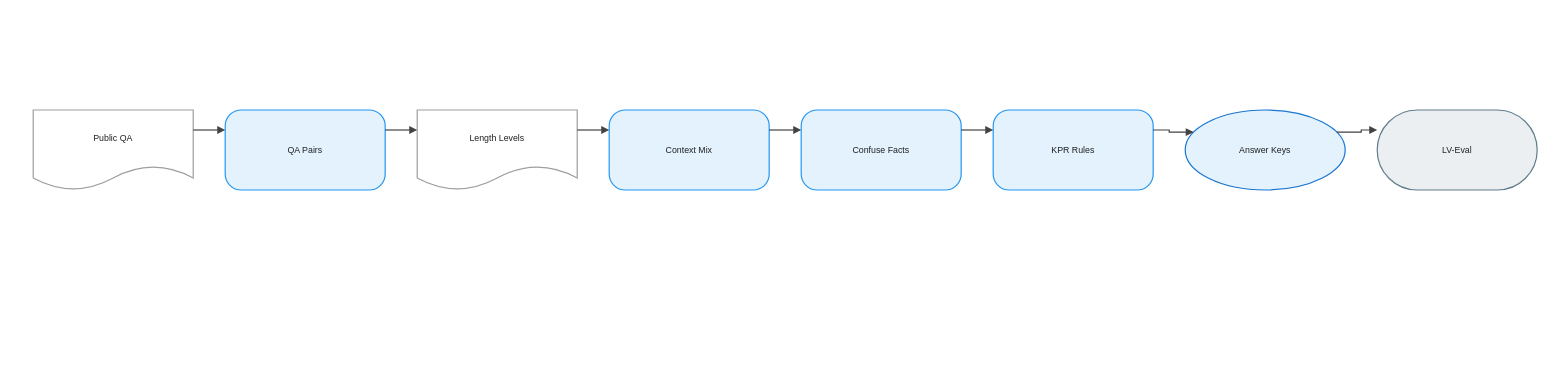
joe1chief/benchmark-hub keeps this draw.io diagram as client/public/drawio/L-V-Eval/L-V-Eval.en.drawio. Above is the earlier version. Source tidied: cells renumbered, new cells numbered last; positions are measured from the earlier drawing's top-left corner, leaving out a move shared by most shapes. Both pictures are drawn from the tidied source at 80%, with x=0, y=0 at pixel (33, 110).
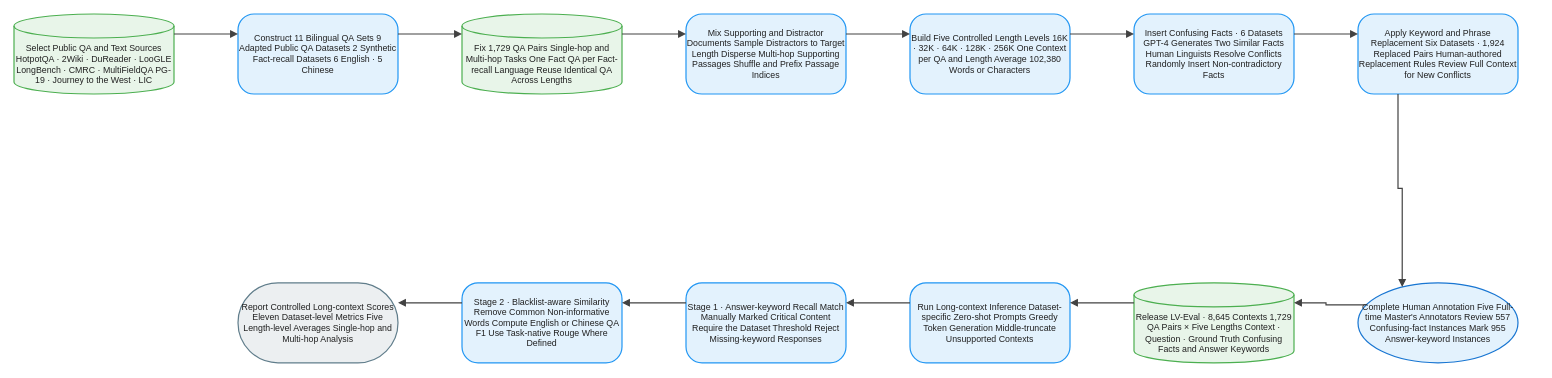
The same diagram, later.

Diff of the diagram source:
```diff
@@
-    <mxCell id="2" value="Public QA" style="shape=document;boundedLbl=1;html=1;whiteSpace=wrap;fillColor=#FFFFFF;strokeColor=#9E9E9E;strokeWidth=1.5;fontColor=#212121;fontSize=11;fontFamily=Arial, Helvetica, sans-serif;verticalAlign=middle;align=center;" parent="1" vertex="1">
-      <mxGeometry width="200" height="100" as="geometry" />
+    <mxCell id="2" value="Select Public QA and Text Sources HotpotQA · 2Wiki · DuReader · LooGLE LongBench · CMRC · MultiFieldQA PG-19 · Journey to the West · LIC" style="shape=cylinder3;boundedLbl=1;backgroundOutline=1;size=15;html=1;whiteSpace=wrap;fillColor=#E8F5E9;strokeColor=#4CAF50;strokeWidth=1.5;fontColor=#212121;fontSize=11;fontFamily=Arial, Helvetica, sans-serif;verticalAlign=middle;align=center;" parent="1" vertex="1">
+      <mxGeometry x="-24" y="-120" width="200" height="100" as="geometry" />
     </mxCell>
-    <mxCell id="3" value="QA Pairs" style="rounded=1;arcSize=20;html=1;whiteSpace=wrap;fillColor=#E3F2FD;strokeColor=#2196F3;strokeWidth=1.5;fontColor=#212121;fontSize=11;fontFamily=Arial, Helvetica, sans-serif;verticalAlign=middle;align=center;" parent="1" vertex="1">
-      <mxGeometry x="240" width="200" height="100" as="geometry" />
+    <mxCell id="3" value="Construct 11 Bilingual QA Sets 9 Adapted Public QA Datasets 2 Synthetic Fact-recall Datasets 6 English · 5 Chinese" style="rounded=1;arcSize=20;html=1;whiteSpace=wrap;fillColor=#E3F2FD;strokeColor=#2196F3;strokeWidth=1.5;fontColor=#212121;fontSize=11;fontFamily=Arial, Helvetica, sans-serif;verticalAlign=middle;align=center;" parent="1" vertex="1">
+      <mxGeometry x="256" y="-120" width="200" height="100" as="geometry" />
     </mxCell>
-    <mxCell id="4" value="Length Levels" style="shape=document;boundedLbl=1;html=1;whiteSpace=wrap;fillColor=#FFFFFF;strokeColor=#9E9E9E;strokeWidth=1.5;fontColor=#212121;fontSize=11;fontFamily=Arial, Helvetica, sans-serif;verticalAlign=middle;align=center;" parent="1" vertex="1">
-      <mxGeometry x="480" width="200" height="100" as="geometry" />
+    <mxCell id="4" value="Fix 1,729 QA Pairs Single-hop and Multi-hop Tasks One Fact QA per Fact-recall Language Reuse Identical QA Across Lengths" style="shape=cylinder3;boundedLbl=1;backgroundOutline=1;size=15;html=1;whiteSpace=wrap;fillColor=#E8F5E9;strokeColor=#4CAF50;strokeWidth=1.5;fontColor=#212121;fontSize=11;fontFamily=Arial, Helvetica, sans-serif;verticalAlign=middle;align=center;" parent="1" vertex="1">
+      <mxGeometry x="536" y="-120" width="200" height="100" as="geometry" />
     </mxCell>
-    <mxCell id="5" value="Context Mix" style="rounded=1;arcSize=20;html=1;whiteSpace=wrap;fillColor=#E3F2FD;strokeColor=#2196F3;strokeWidth=1.5;fontColor=#212121;fontSize=11;fontFamily=Arial, Helvetica, sans-serif;verticalAlign=middle;align=center;" parent="1" vertex="1">
-      <mxGeometry x="720" width="200" height="100" as="geometry" />
+    <mxCell id="5" value="Mix Supporting and Distractor Documents Sample Distractors to Target Length Disperse Multi-hop Supporting Passages Shuffle and Prefix Passage Indices" style="rounded=1;arcSize=20;html=1;whiteSpace=wrap;fillColor=#E3F2FD;strokeColor=#2196F3;strokeWidth=1.5;fontColor=#212121;fontSize=11;fontFamily=Arial, Helvetica, sans-serif;verticalAlign=middle;align=center;" parent="1" vertex="1">
+      <mxGeometry x="816" y="-120" width="200" height="100" as="geometry" />
     </mxCell>
-    <mxCell id="6" value="Confuse Facts" style="rounded=1;arcSize=20;html=1;whiteSpace=wrap;fillColor=#E3F2FD;strokeColor=#2196F3;strokeWidth=1.5;fontColor=#212121;fontSize=11;fontFamily=Arial, Helvetica, sans-serif;verticalAlign=middle;align=center;" parent="1" vertex="1">
-      <mxGeometry x="960" width="200" height="100" as="geometry" />
+    <mxCell id="6" value="Build Five Controlled Length Levels 16K · 32K · 64K · 128K · 256K One Context per QA and Length Average 102,380 Words or Characters" style="rounded=1;arcSize=20;html=1;whiteSpace=wrap;fillColor=#E3F2FD;strokeColor=#2196F3;strokeWidth=1.5;fontColor=#212121;fontSize=11;fontFamily=Arial, Helvetica, sans-serif;verticalAlign=middle;align=center;" parent="1" vertex="1">
+      <mxGeometry x="1096" y="-120" width="200" height="100" as="geometry" />
     </mxCell>
-    <mxCell id="7" value="KPR Rules" style="rounded=1;arcSize=20;html=1;whiteSpace=wrap;fillColor=#E3F2FD;strokeColor=#2196F3;strokeWidth=1.5;fontColor=#212121;fontSize=11;fontFamily=Arial, Helvetica, sans-serif;verticalAlign=middle;align=center;" parent="1" vertex="1">
-      <mxGeometry x="1200" width="200" height="100" as="geometry" />
+    <mxCell id="7" value="Insert Confusing Facts · 6 Datasets GPT-4 Generates Two Similar Facts Human Linguists Resolve Conflicts Randomly Insert Non-contradictory Facts" style="rounded=1;arcSize=20;html=1;whiteSpace=wrap;fillColor=#E3F2FD;strokeColor=#2196F3;strokeWidth=1.5;fontColor=#212121;fontSize=11;fontFamily=Arial, Helvetica, sans-serif;verticalAlign=middle;align=center;" parent="1" vertex="1">
+      <mxGeometry x="1376" y="-120" width="200" height="100" as="geometry" />
     </mxCell>
-    <mxCell id="8" value="Answer Keys" style="ellipse;html=1;whiteSpace=wrap;fillColor=#E3F2FD;strokeColor=#1976D2;strokeWidth=1.5;fontColor=#212121;fontSize=11;fontFamily=Arial, Helvetica, sans-serif;verticalAlign=middle;align=center;" parent="1" vertex="1">
-      <mxGeometry x="1440" width="200" height="100" as="geometry" />
+    <mxCell id="8" value="Apply Keyword and Phrase Replacement Six Datasets · 1,924 Replaced Pairs Human-authored Replacement Rules Review Full Context for New Conflicts" style="rounded=1;arcSize=20;html=1;whiteSpace=wrap;fillColor=#E3F2FD;strokeColor=#2196F3;strokeWidth=1.5;fontColor=#212121;fontSize=11;fontFamily=Arial, Helvetica, sans-serif;verticalAlign=middle;align=center;" parent="1" vertex="1">
+      <mxGeometry x="1656" y="-120" width="200" height="100" as="geometry" />
     </mxCell>
-    <mxCell id="9" value="LV-Eval" style="rounded=1;arcSize=50;html=1;whiteSpace=wrap;fillColor=#ECEFF1;strokeColor=#607D8B;strokeWidth=1.5;fontColor=#212121;fontSize=11;fontFamily=Arial, Helvetica, sans-serif;verticalAlign=middle;align=center;" parent="1" vertex="1">
-      <mxGeometry x="1680" width="200" height="100" as="geometry" />
+    <mxCell id="9" value="Complete Human Annotation Five Full-time Master's Annotators Review 557 Confusing-fact Instances Mark 955 Answer-keyword Instances" style="ellipse;html=1;whiteSpace=wrap;fillColor=#E3F2FD;strokeColor=#1976D2;strokeWidth=1.5;fontColor=#212121;fontSize=11;fontFamily=Arial, Helvetica, sans-serif;verticalAlign=middle;align=center;" parent="1" vertex="1">
+      <mxGeometry x="1656" y="216" width="200" height="100" as="geometry" />
     </mxCell>
-    <mxCell id="10" style="edgeStyle=orthogonalEdgeStyle;rounded=0;jettySize=auto;html=1;strokeColor=#424242;strokeWidth=1.5;endArrow=block;endFill=1;exitX=1;exitY=0.25;exitDx=0;exitDy=0;entryX=0;entryY=0.25;entryDx=0;entryDy=0;jumpStyle=arc;jumpSize=8;" parent="1" edge="1" source="2" target="3">
-      <mxGeometry relative="1" as="geometry" />
+    <mxCell id="10" value="Release LV-Eval · 8,645 Contexts 1,729 QA Pairs × Five Lengths Context · Question · Ground Truth Confusing Facts and Answer Keywords" style="shape=cylinder3;boundedLbl=1;backgroundOutline=1;size=15;html=1;whiteSpace=wrap;fillColor=#E8F5E9;strokeColor=#4CAF50;strokeWidth=1.5;fontColor=#212121;fontSize=11;fontFamily=Arial, Helvetica, sans-serif;verticalAlign=middle;align=center;" parent="1" vertex="1">
+      <mxGeometry x="1376" y="216" width="200" height="100" as="geometry" />
     </mxCell>
-    <mxCell id="11" style="edgeStyle=orthogonalEdgeStyle;rounded=0;jettySize=auto;html=1;strokeColor=#424242;strokeWidth=1.5;endArrow=block;endFill=1;exitX=1;exitY=0.25;exitDx=0;exitDy=0;entryX=0;entryY=0.25;entryDx=0;entryDy=0;jumpStyle=arc;jumpSize=8;" parent="1" edge="1" source="3" target="4">
-      <mxGeometry relative="1" as="geometry" />
+    <mxCell id="11" value="Run Long-context Inference Dataset-specific Zero-shot Prompts Greedy Token Generation Middle-truncate Unsupported Contexts" style="rounded=1;arcSize=20;html=1;whiteSpace=wrap;fillColor=#E3F2FD;strokeColor=#2196F3;strokeWidth=1.5;fontColor=#212121;fontSize=11;fontFamily=Arial, Helvetica, sans-serif;verticalAlign=middle;align=center;" parent="1" vertex="1">
+      <mxGeometry x="1096" y="216" width="200" height="100" as="geometry" />
     </mxCell>
-    <mxCell id="12" style="edgeStyle=orthogonalEdgeStyle;rounded=0;jettySize=auto;html=1;strokeColor=#424242;strokeWidth=1.5;endArrow=block;endFill=1;exitX=1;exitY=0.25;exitDx=0;exitDy=0;entryX=0;entryY=0.25;entryDx=0;entryDy=0;jumpStyle=arc;jumpSize=8;" parent="1" edge="1" source="4" target="5">
-      <mxGeometry relative="1" as="geometry" />
+    <mxCell id="12" value="Stage 1 · Answer-keyword Recall Match Manually Marked Critical Content Require the Dataset Threshold Reject Missing-keyword Responses" style="rounded=1;arcSize=20;html=1;whiteSpace=wrap;fillColor=#E3F2FD;strokeColor=#2196F3;strokeWidth=1.5;fontColor=#212121;fontSize=11;fontFamily=Arial, Helvetica, sans-serif;verticalAlign=middle;align=center;" parent="1" vertex="1">
+      <mxGeometry x="816" y="216" width="200" height="100" as="geometry" />
     </mxCell>
-    <mxCell id="13" style="edgeStyle=orthogonalEdgeStyle;rounded=0;jettySize=auto;html=1;strokeColor=#424242;strokeWidth=1.5;endArrow=block;endFill=1;exitX=1;exitY=0.25;exitDx=0;exitDy=0;entryX=0;entryY=0.25;entryDx=0;entryDy=0;jumpStyle=arc;jumpSize=8;" parent="1" edge="1" source="5" target="6">
-      <mxGeometry relative="1" as="geometry" />
+    <mxCell id="13" value="Stage 2 · Blacklist-aware Similarity Remove Common Non-informative Words Compute English or Chinese QA F1 Use Task-native Rouge Where Defined" style="rounded=1;arcSize=20;html=1;whiteSpace=wrap;fillColor=#E3F2FD;strokeColor=#2196F3;strokeWidth=1.5;fontColor=#212121;fontSize=11;fontFamily=Arial, Helvetica, sans-serif;verticalAlign=middle;align=center;" parent="1" vertex="1">
+      <mxGeometry x="536" y="216" width="200" height="100" as="geometry" />
     </mxCell>
-    <mxCell id="14" style="edgeStyle=orthogonalEdgeStyle;rounded=0;jettySize=auto;html=1;strokeColor=#424242;strokeWidth=1.5;endArrow=block;endFill=1;exitX=1;exitY=0.25;exitDx=0;exitDy=0;entryX=0;entryY=0.25;entryDx=0;entryDy=0;jumpStyle=arc;jumpSize=8;" parent="1" edge="1" source="6" target="7">
-      <mxGeometry relative="1" as="geometry" />
+    <mxCell id="14" value="Report Controlled Long-context Scores Eleven Dataset-level Metrics Five Length-level Averages Single-hop and Multi-hop Analysis" style="rounded=1;arcSize=50;html=1;whiteSpace=wrap;fillColor=#ECEFF1;strokeColor=#607D8B;strokeWidth=1.5;fontColor=#212121;fontSize=11;fontFamily=Arial, Helvetica, sans-serif;verticalAlign=middle;align=center;" parent="1" vertex="1">
+      <mxGeometry x="256" y="216" width="200" height="100" as="geometry" />
     </mxCell>
-    <mxCell id="15" style="edgeStyle=orthogonalEdgeStyle;rounded=0;jettySize=auto;html=1;strokeColor=#424242;strokeWidth=1.5;endArrow=block;endFill=1;exitX=1;exitY=0.25;exitDx=0;exitDy=0;entryX=0;entryY=0.25;entryDx=0;entryDy=0;jumpStyle=arc;jumpSize=8;" parent="1" edge="1" source="7" target="8">
+    <mxCell id="15" style="edgeStyle=orthogonalEdgeStyle;rounded=0;jettySize=auto;html=1;strokeColor=#424242;strokeWidth=1.5;endArrow=block;endFill=1;exitX=1;exitY=0.25;exitDx=0;exitDy=0;entryX=0;entryY=0.25;entryDx=0;entryDy=0;jumpStyle=arc;jumpSize=8;" parent="1" edge="1" source="2" target="3">
       <mxGeometry relative="1" as="geometry" />
     </mxCell>
-    <mxCell id="16" style="edgeStyle=orthogonalEdgeStyle;rounded=0;jettySize=auto;html=1;strokeColor=#424242;strokeWidth=1.5;endArrow=block;endFill=1;exitX=1;exitY=0.25;exitDx=0;exitDy=0;entryX=0;entryY=0.25;entryDx=0;entryDy=0;jumpStyle=arc;jumpSize=8;" parent="1" edge="1" source="8" target="9">
+    <mxCell id="16" style="edgeStyle=orthogonalEdgeStyle;rounded=0;jettySize=auto;html=1;strokeColor=#424242;strokeWidth=1.5;endArrow=block;endFill=1;exitX=1;exitY=0.25;exitDx=0;exitDy=0;entryX=0;entryY=0.25;entryDx=0;entryDy=0;jumpStyle=arc;jumpSize=8;" parent="1" edge="1" source="3" target="4">
       <mxGeometry relative="1" as="geometry" />
     </mxCell>
+    <mxCell id="17" style="edgeStyle=orthogonalEdgeStyle;rounded=0;jettySize=auto;html=1;strokeColor=#424242;strokeWidth=1.5;endArrow=block;endFill=1;exitX=1;exitY=0.25;exitDx=0;exitDy=0;entryX=0;entryY=0.25;entryDx=0;entryDy=0;jumpStyle=arc;jumpSize=8;" parent="1" edge="1" source="4" target="5">
+      <mxGeometry relative="1" as="geometry" />
+    </mxCell>
+    <mxCell id="18" style="edgeStyle=orthogonalEdgeStyle;rounded=0;jettySize=auto;html=1;strokeColor=#424242;strokeWidth=1.5;endArrow=block;endFill=1;exitX=1;exitY=0.25;exitDx=0;exitDy=0;entryX=0;entryY=0.25;entryDx=0;entryDy=0;jumpStyle=arc;jumpSize=8;" parent="1" edge="1" source="5" target="6">
+      <mxGeometry relative="1" as="geometry" />
+    </mxCell>
+    <mxCell id="19" style="edgeStyle=orthogonalEdgeStyle;rounded=0;jettySize=auto;html=1;strokeColor=#424242;strokeWidth=1.5;endArrow=block;endFill=1;exitX=1;exitY=0.25;exitDx=0;exitDy=0;entryX=0;entryY=0.25;entryDx=0;entryDy=0;jumpStyle=arc;jumpSize=8;" parent="1" edge="1" source="6" target="7">
+      <mxGeometry relative="1" as="geometry" />
+    </mxCell>
+    <mxCell id="20" style="edgeStyle=orthogonalEdgeStyle;rounded=0;jettySize=auto;html=1;strokeColor=#424242;strokeWidth=1.5;endArrow=block;endFill=1;exitX=1;exitY=0.25;exitDx=0;exitDy=0;entryX=0;entryY=0.25;entryDx=0;entryDy=0;jumpStyle=arc;jumpSize=8;" parent="1" edge="1" source="7" target="8">
+      <mxGeometry relative="1" as="geometry" />
+    </mxCell>
+    <mxCell id="21" style="edgeStyle=orthogonalEdgeStyle;rounded=0;jettySize=auto;html=1;strokeColor=#424242;strokeWidth=1.5;endArrow=block;endFill=1;exitX=0.25;exitY=1;exitDx=0;exitDy=0;entryX=0.25;entryY=0;entryDx=0;entryDy=0;jumpStyle=arc;jumpSize=8;" parent="1" edge="1" source="8" target="9">
+      <mxGeometry relative="1" as="geometry" />
+    </mxCell>
+    <mxCell id="22" style="edgeStyle=orthogonalEdgeStyle;rounded=0;jettySize=auto;html=1;strokeColor=#424242;strokeWidth=1.5;endArrow=block;endFill=1;exitX=0;exitY=0.25;exitDx=0;exitDy=0;entryX=1;entryY=0.25;entryDx=0;entryDy=0;jumpStyle=arc;jumpSize=8;" parent="1" edge="1" source="9" target="10">
+      <mxGeometry relative="1" as="geometry" />
+    </mxCell>
+    <mxCell id="23" style="edgeStyle=orthogonalEdgeStyle;rounded=0;jettySize=auto;html=1;strokeColor=#424242;strokeWidth=1.5;endArrow=block;endFill=1;exitX=0;exitY=0.25;exitDx=0;exitDy=0;entryX=1;entryY=0.25;entryDx=0;entryDy=0;jumpStyle=arc;jumpSize=8;" parent="1" edge="1" source="10" target="11">
+      <mxGeometry relative="1" as="geometry" />
+    </mxCell>
+    <mxCell id="24" style="edgeStyle=orthogonalEdgeStyle;rounded=0;jettySize=auto;html=1;strokeColor=#424242;strokeWidth=1.5;endArrow=block;endFill=1;exitX=0;exitY=0.25;exitDx=0;exitDy=0;entryX=1;entryY=0.25;entryDx=0;entryDy=0;jumpStyle=arc;jumpSize=8;" parent="1" edge="1" source="11" target="12">
+      <mxGeometry relative="1" as="geometry" />
+    </mxCell>
+    <mxCell id="25" style="edgeStyle=orthogonalEdgeStyle;rounded=0;jettySize=auto;html=1;strokeColor=#424242;strokeWidth=1.5;endArrow=block;endFill=1;exitX=0;exitY=0.25;exitDx=0;exitDy=0;entryX=1;entryY=0.25;entryDx=0;entryDy=0;jumpStyle=arc;jumpSize=8;" parent="1" edge="1" source="12" target="13">
+      <mxGeometry relative="1" as="geometry" />
+    </mxCell>
+    <mxCell id="26" style="edgeStyle=orthogonalEdgeStyle;rounded=0;jettySize=auto;html=1;strokeColor=#424242;strokeWidth=1.5;endArrow=block;endFill=1;exitX=0;exitY=0.25;exitDx=0;exitDy=0;entryX=1;entryY=0.25;entryDx=0;entryDy=0;jumpStyle=arc;jumpSize=8;" parent="1" edge="1" source="13" target="14">
+      <mxGeometry relative="1" as="geometry" />
+    </mxCell>
```
